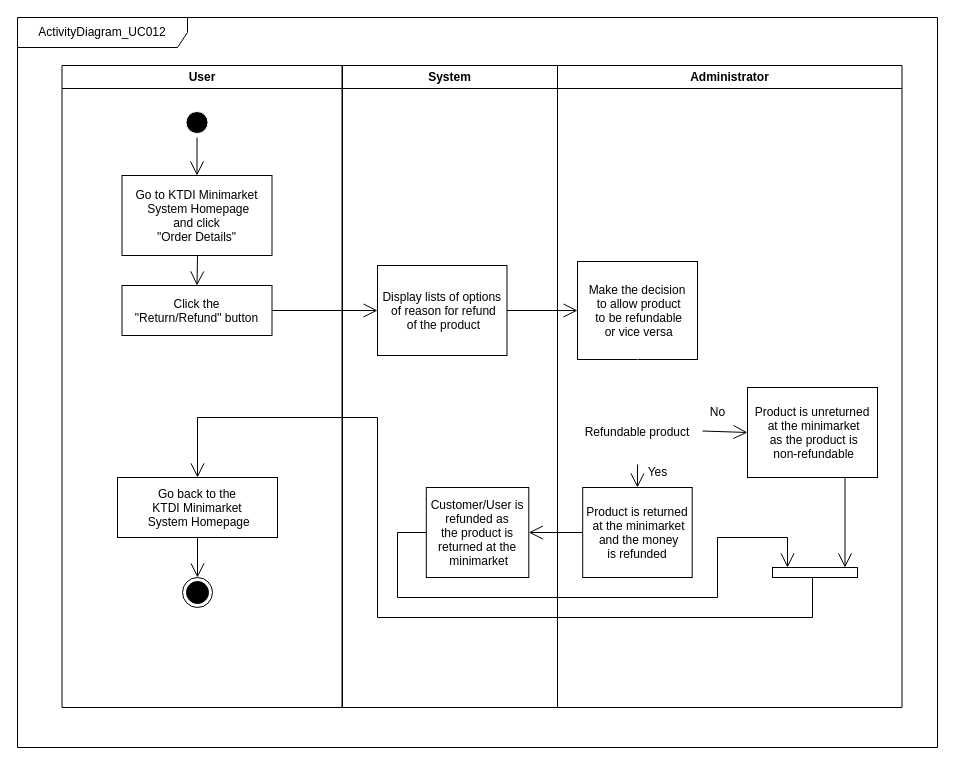
Above: proposal/submission/sec02/Allen/UC012/UC012_ActivityDiagram.drawio in drshahizan/software-engineering (draw.io), before the change. Source tidied: cells renumbered, new cells numbered last; positions are measured from the earlier drawing's top-left corner, leaving out a move shared by most shapes. Both pictures are drawn from the tidied source at 100%, with x=0, y=0 at pixel (17, 17).
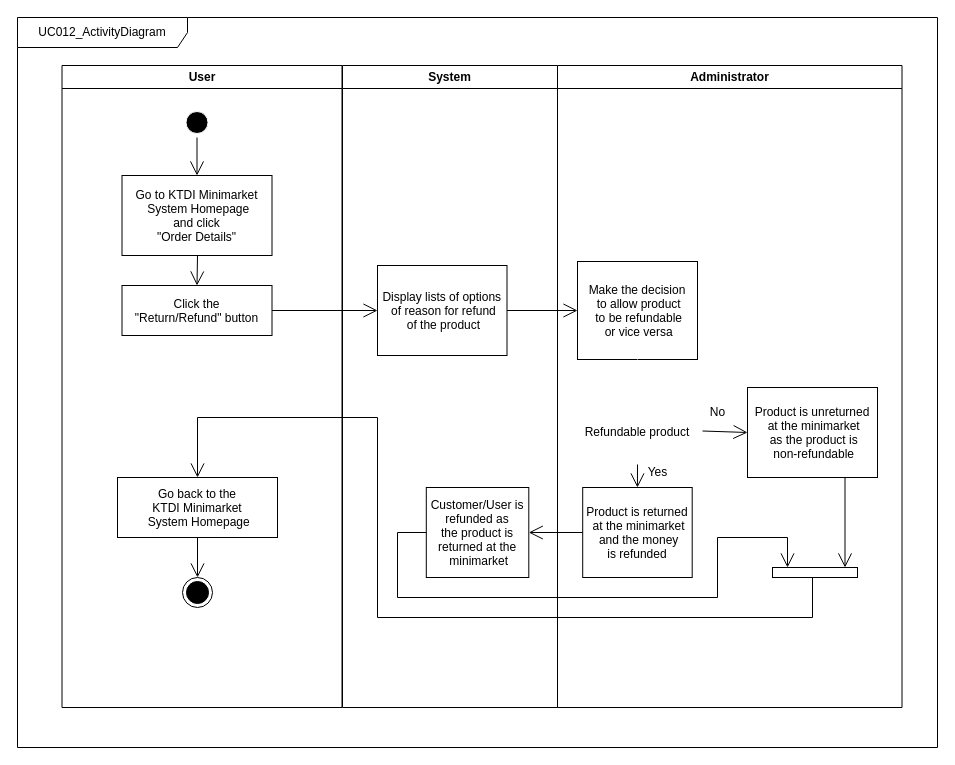
The same diagram, later.

Commit message (it also covers changes not shown here):
Update Activity Diagram

The edit, as a diff of the source:
```diff
@@
-    <mxCell id="11" value="&lt;font color=&quot;#000000&quot;&gt;ActivityDiagram_UC012&lt;/font&gt;" style="shape=umlFrame;whiteSpace=wrap;html=1;width=170;height=30;fillColor=none;" parent="1" vertex="1">
+    <mxCell id="11" value="UC012_ActivityDiagram" style="shape=umlFrame;whiteSpace=wrap;html=1;width=170;height=30;fillColor=none;" parent="1" vertex="1">
       <mxGeometry width="920" height="730" as="geometry" />
     </mxCell>
```
